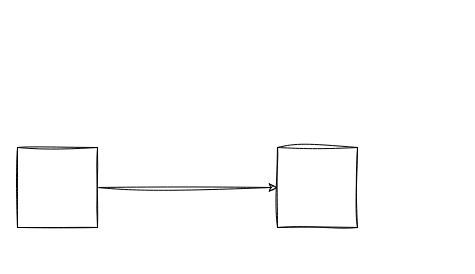
Before: labs/lab1/drawing.drawio in qiskit-community/qgss-2024, a draw.io diagram. Source tidied: cells renumbered, new cells numbered last; positions are measured from the earlier drawing's top-left corner, leaving out a move shared by most shapes. Both pictures are drawn from the tidied source at 100%, with x=0, y=0 at pixel (17, 147).
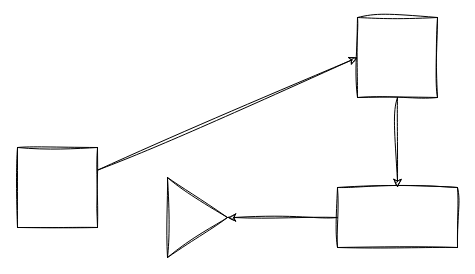
After the change.

What changed in the source:
```diff
@@
 <mxGraphModel>
   <root>
     <mxCell id="0" />
     <mxCell id="1" parent="0" />
+    <mxCell id="5" style="edgeStyle=none;sketch=1;hachureGap=4;jiggle=2;curveFitting=1;html=1;fontFamily=Architects Daughter;fontSize=16;" parent="1" edge="1" source="2" target="7">
+      <mxGeometry relative="1" as="geometry" />
+    </mxCell>
     <mxCell id="2" style="whiteSpace=wrap;html=1;sketch=1;hachureGap=4;jiggle=2;curveFitting=1;fontFamily=Architects Daughter;fontSize=20;" parent="1" vertex="1">
-      <mxGeometry x="260" width="80" height="80" as="geometry" />
+      <mxGeometry x="340" y="-130" width="80" height="80" as="geometry" />
     </mxCell>
     <mxCell id="3" style="edgeStyle=none;sketch=1;hachureGap=4;jiggle=2;curveFitting=1;html=1;entryX=0;entryY=0.5;entryDx=0;entryDy=0;fontFamily=Architects Daughter;fontSize=16;" parent="1" edge="1" source="4" target="2">
       <mxGeometry relative="1" as="geometry" />
     </mxCell>
     <mxCell id="4" style="whiteSpace=wrap;html=1;sketch=1;hachureGap=4;jiggle=2;curveFitting=1;fontFamily=Architects Daughter;fontSize=20;" parent="1" vertex="1">
       <mxGeometry width="80" height="80" as="geometry" />
     </mxCell>
+    <mxCell id="6" style="edgeStyle=none;sketch=1;hachureGap=4;jiggle=2;curveFitting=1;html=1;fontFamily=Architects Daughter;fontSize=16;" parent="1" edge="1" source="7" target="8">
+      <mxGeometry relative="1" as="geometry" />
+    </mxCell>
+    <mxCell id="7" style="whiteSpace=wrap;html=1;fontSize=20;fontFamily=Architects Daughter;sketch=1;hachureGap=4;jiggle=2;curveFitting=1;" parent="1" vertex="1">
+      <mxGeometry x="320" y="40" width="120" height="60" as="geometry" />
+    </mxCell>
+    <mxCell id="8" style="triangle;whiteSpace=wrap;html=1;fontSize=20;fontFamily=Architects Daughter;sketch=1;hachureGap=4;jiggle=2;curveFitting=1;" parent="1" vertex="1">
+      <mxGeometry x="150" y="30" width="60" height="80" as="geometry" />
+    </mxCell>
   </root>
 </mxGraphModel>
```
